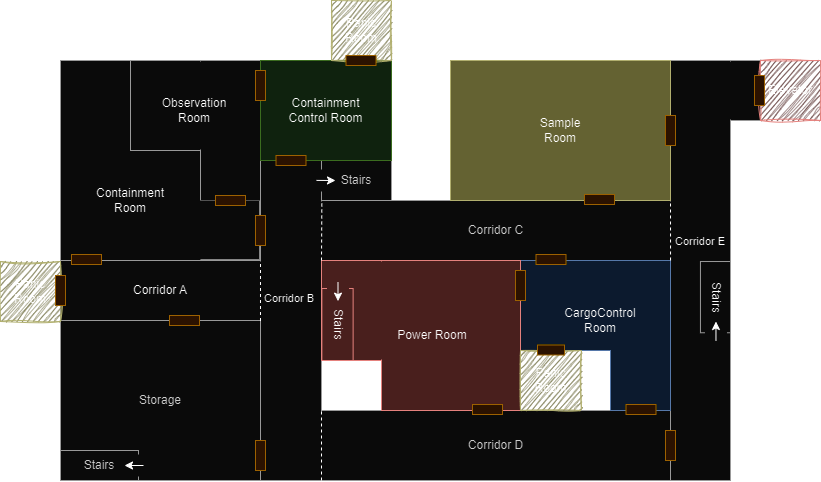
The draw.io diagram Client/Assets/Resources/Images/MiniMap_1F.png in kookmin-sw/capstone-2024-10, before a commit. Source tidied: cells renumbered, new cells last; positions are measured from the earlier drawing's top-left corner, leaving out a move shared by most shapes.
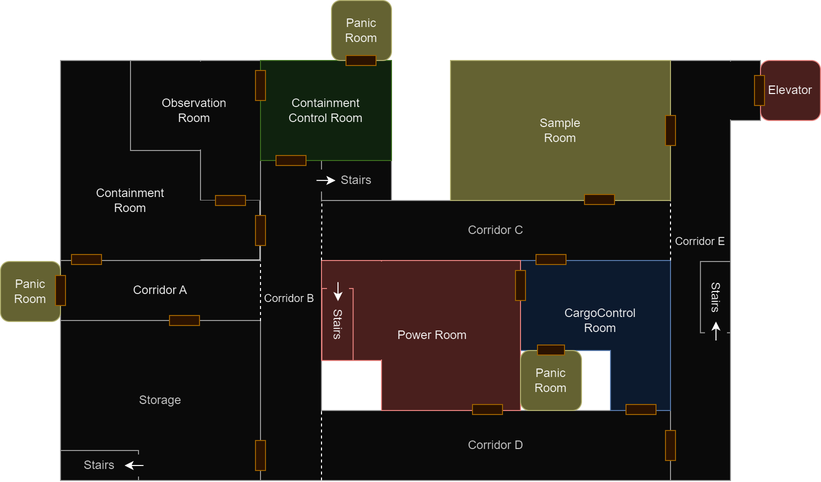
The same diagram one commit later.

What changed in the source:
```diff
@@ -220,10 +220,10 @@
     <mxCell id="69" style="rounded=0;whiteSpace=wrap;html=1;fillColor=#ffe6cc;strokeColor=#d79b00;rotation=90;" parent="1" vertex="1">
       <mxGeometry x="285.5" y="145" width="10" height="30" as="geometry" />
     </mxCell>
-    <mxCell id="70" value="Panic&lt;div&gt;Room&lt;/div&gt;" style="rounded=0;whiteSpace=wrap;html=1;fillColor=#A5A373;strokeColor=#5A5817;sketch=1;curveFitting=1;jiggle=2;shadow=0;" parent="1" vertex="1">
+    <mxCell id="70" value="Panic&lt;div&gt;Room&lt;/div&gt;" style="rounded=1;whiteSpace=wrap;html=1;fillColor=#A5A373;strokeColor=#5A5817;shadow=0;" parent="1" vertex="1">
       <mxGeometry x="331" width="60" height="60" as="geometry" />
     </mxCell>
-    <mxCell id="71" value="Panic&lt;div&gt;Room&lt;/div&gt;" style="rounded=0;whiteSpace=wrap;html=1;fillColor=#A5A373;strokeColor=#595817;glass=0;sketch=1;curveFitting=1;jiggle=2;shadow=0;" parent="1" vertex="1">
+    <mxCell id="71" value="Panic&lt;div&gt;Room&lt;/div&gt;" style="rounded=1;whiteSpace=wrap;html=1;fillColor=#A5A373;strokeColor=#595817;glass=0;shadow=0;" parent="1" vertex="1">
       <mxGeometry y="261" width="60" height="60" as="geometry" />
     </mxCell>
     <mxCell id="72" style="rounded=0;whiteSpace=wrap;html=1;fillColor=#ffe6cc;strokeColor=#d79b00;" parent="1" vertex="1">
@@ -232,13 +232,13 @@
     <mxCell id="73" style="rounded=0;whiteSpace=wrap;html=1;fillColor=#ffe6cc;strokeColor=#d79b00;rotation=90;" parent="1" vertex="1">
       <mxGeometry x="355.5" y="45" width="10" height="30" as="geometry" />
     </mxCell>
-    <mxCell id="74" value="Panic&lt;div&gt;Room&lt;/div&gt;" style="rounded=0;whiteSpace=wrap;html=1;fillColor=#A5A373;strokeColor=#5a5817;sketch=1;curveFitting=1;jiggle=2;shadow=0;" parent="1" vertex="1">
+    <mxCell id="74" value="Panic&lt;div&gt;Room&lt;/div&gt;" style="rounded=1;whiteSpace=wrap;html=1;fillColor=#A5A373;strokeColor=#5a5817;shadow=0;" parent="1" vertex="1">
       <mxGeometry x="520" y="350" width="61" height="60" as="geometry" />
     </mxCell>
     <mxCell id="75" style="rounded=0;whiteSpace=wrap;html=1;fillColor=#ffe6cc;strokeColor=#d79b00;rotation=90;" parent="1" vertex="1">
       <mxGeometry x="545.5" y="336" width="10" height="27" as="geometry" />
     </mxCell>
-    <mxCell id="76" value="Elevator" style="rounded=0;whiteSpace=wrap;html=1;fillColor=#f8cecc;strokeColor=#b85450;fillStyle=auto;shadow=0;glass=0;sketch=1;curveFitting=1;jiggle=2;" parent="1" vertex="1">
+    <mxCell id="76" value="Elevator" style="rounded=1;whiteSpace=wrap;html=1;fillColor=#f8cecc;strokeColor=#b85450;fillStyle=auto;shadow=0;glass=0;" parent="1" vertex="1">
       <mxGeometry x="760" y="60" width="60" height="60" as="geometry" />
     </mxCell>
     <mxCell id="77" style="rounded=0;whiteSpace=wrap;html=1;fillColor=#ffe6cc;strokeColor=#d79b00;" parent="1" vertex="1">
```
